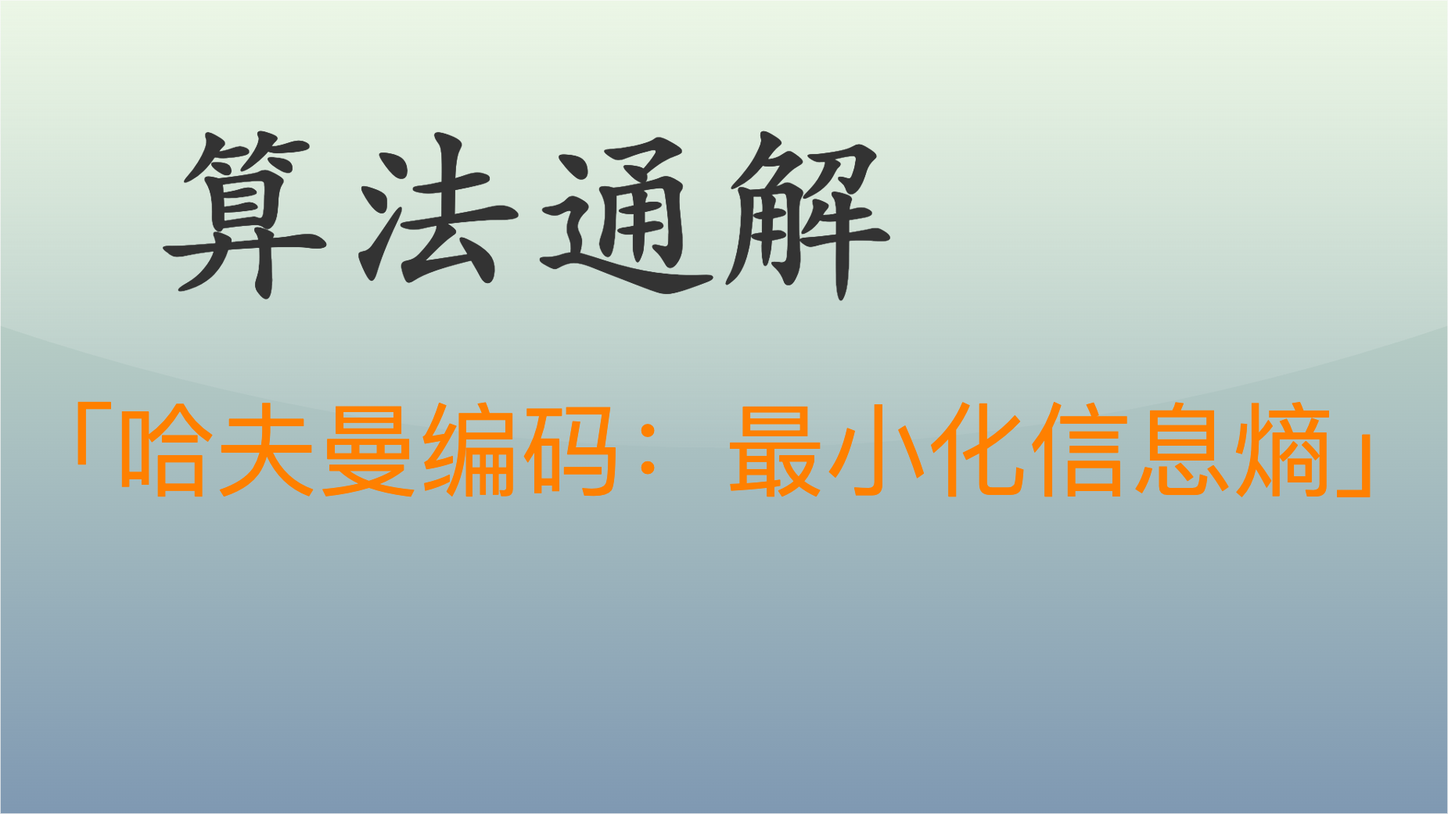
Before: articles/general/the-essence-of-computing/assets/哈夫曼编码：最小信息熵.drawio.png, a diagram exported from draw.io (ThreeFish-AI/threefish-ai.github.io). Source tidied: cells renumbered, new cells last; positions are measured from the earlier drawing's top-left corner, leaving out a move shared by most shapes.
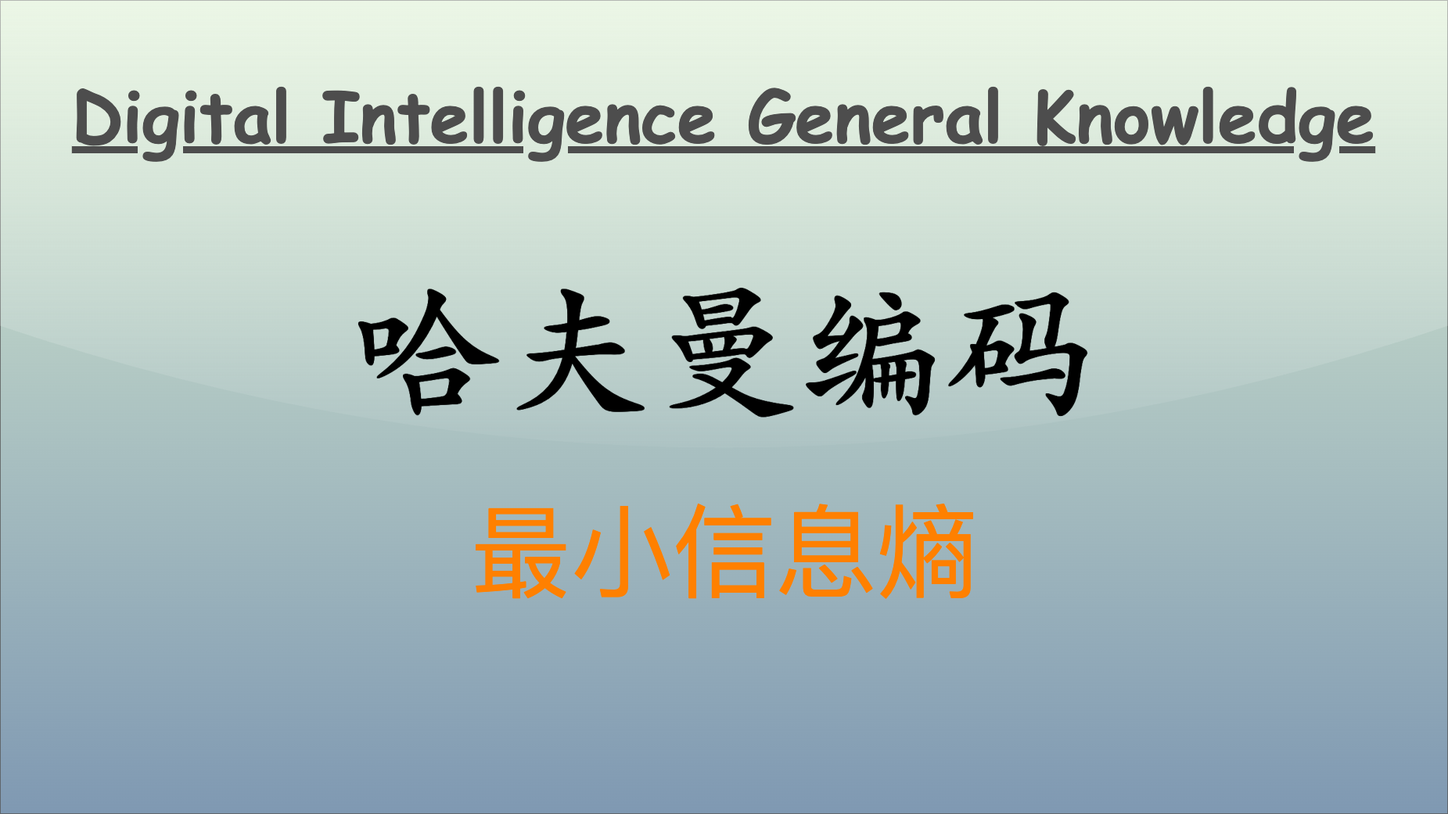
After the change.

Change to the diagram source:
```diff
@@ -5,11 +5,14 @@
     <mxCell id="2" style="rounded=0;whiteSpace=wrap;html=1;spacingLeft=470;opacity=50;textOpacity=50;gradientColor=#003366;fillColor=#B9E0A5;glass=1;shadow=0;" parent="1" vertex="1">
       <mxGeometry width="1850" height="1040" as="geometry" />
     </mxCell>
-    <mxCell id="3" value="&lt;font color=&quot;#333333&quot; size=&quot;1&quot; style=&quot;&quot;&gt;&lt;b style=&quot;font-size: 240px;&quot;&gt;算法通解&lt;/b&gt;&lt;/font&gt;" style="text;html=1;align=left;verticalAlign=middle;strokeColor=none;fillColor=none;fontColor=default;fontFamily=Kaiti SC;" parent="1" vertex="1">
-      <mxGeometry x="190" y="110" width="980" height="300" as="geometry" />
-    </mxCell>
-    <mxCell id="4" value="&lt;span style=&quot;font-family: 宋体; text-align: left; font-size: 130px;&quot;&gt;&lt;font color=&quot;#ff8000&quot; style=&quot;font-size: 130px;&quot;&gt;「哈夫曼编码：最小化信息熵」&lt;/font&gt;&lt;/span&gt;" style="text;html=1;align=center;verticalAlign=middle;strokeColor=none;fillColor=none;fontSize=130;fontColor=default;" parent="1" vertex="1">
-      <mxGeometry x="5" y="490" width="1840" height="170" as="geometry" />
+    <mxCell id="4" value="&lt;span style=&quot;font-family: 宋体; text-align: left; background-color: initial;&quot;&gt;&lt;font color=&quot;#ff8000&quot;&gt;最小信息熵&lt;/font&gt;&lt;/span&gt;" style="text;html=1;align=center;verticalAlign=middle;strokeColor=none;fillColor=none;fontSize=130;fontColor=default;" parent="1" vertex="1">
+      <mxGeometry x="590" y="620" width="670" height="170" as="geometry" />
     </mxCell>
+    <mxCell id="5" value="Digital Intelligence General Knowledge" style="text;align=center;verticalAlign=top;strokeColor=none;fillColor=none;fontColor=#4D4D4D;fontFamily=Comic Sans MS;rotation=0;rounded=0;labelBackgroundColor=none;labelBorderColor=none;gradientColor=#B3B3B3;textShadow=0;fontSize=90;fontStyle=5;" parent="1" vertex="1">
+      <mxGeometry x="80" y="86" width="1690" height="120" as="geometry" />
+    </mxCell>
+    <mxCell id="6" value="&lt;font size=&quot;1&quot; style=&quot;&quot;&gt;&lt;b style=&quot;&quot;&gt;&lt;span style=&quot;font-size: 190px;&quot;&gt;哈夫曼编码&lt;/span&gt;&lt;/b&gt;&lt;/font&gt;" style="text;html=1;align=center;verticalAlign=middle;strokeColor=none;fillColor=none;fontColor=#000000;fontFamily=Kaiti SC;" parent="1" vertex="1">
+      <mxGeometry x="440" y="320" width="970" height="240" as="geometry" />
+    </mxCell>
   </root>
 </mxGraphModel>
```
